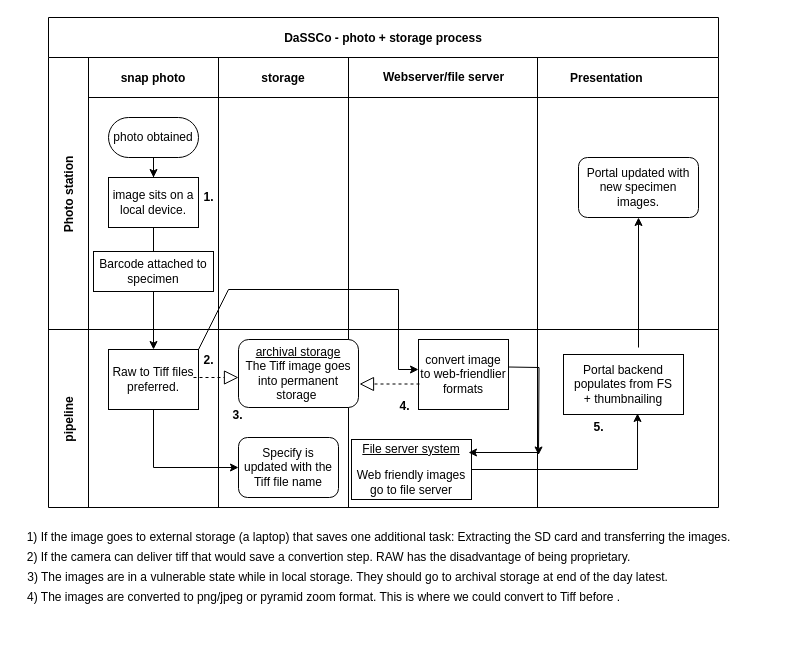
The draw.io diagram photo_storageCR_Diagram.drawio in jlegind/DMP_charts, before the edit. Source tidied: cells renumbered, new cells numbered last; positions are measured from the earlier drawing's top-left corner, leaving out a move shared by most shapes. Both pictures are drawn from the tidied source at 100%, with x=0, y=0 at pixel (17, 17).
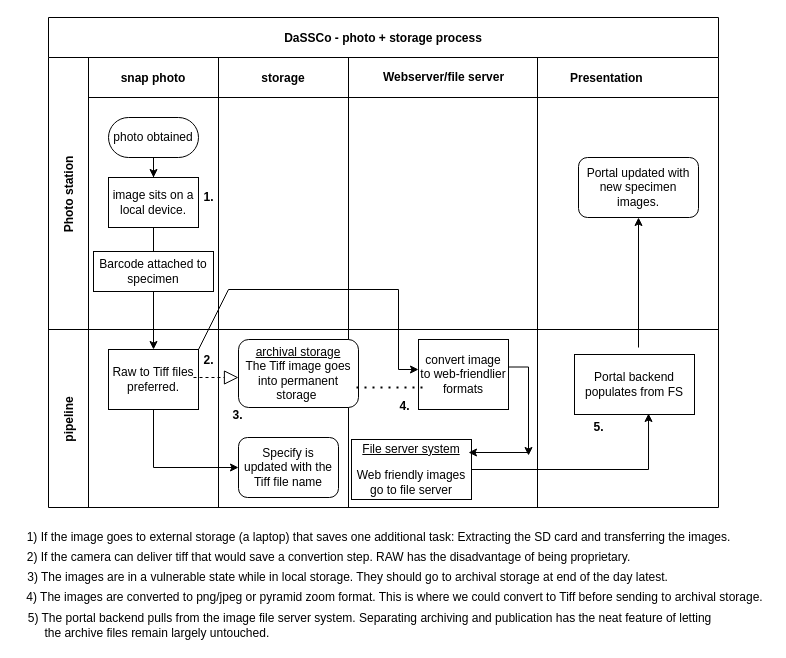
After the change.

Unchanged cells that the change refers to:
```xml
<mxCell id="18" style="swimlane;swimlaneHead=0;swimlaneBody=0;fillColor=none;startSize=0;fontStyle=1;" parent="15" vertex="1">
  <mxGeometry x="170" width="130" height="178" as="geometry" />
</mxCell>
<mxCell id="28" style="swimlane;swimlaneHead=0;swimlaneBody=0;fillColor=none;startSize=0;fontStyle=1;" parent="15" vertex="1">
  <mxGeometry x="300" width="370" height="178" as="geometry" />
</mxCell>
```

Diff of the diagram source:
```diff
@@
     <mxCell id="21" style="endArrow=classic;html=1;rounded=0;" parent="18" edge="1">
       <mxGeometry relative="1" as="geometry">
-        <mxPoint x="320" y="123" as="sourcePoint" />
+        <mxPoint x="310" y="123" as="sourcePoint" />
         <mxPoint x="250" y="123" as="targetPoint" />
       </mxGeometry>
     </mxCell>
     <mxCell id="22" style="edgeStyle=orthogonalEdgeStyle;rounded=0;orthogonalLoop=1;jettySize=auto;html=1;" parent="18" edge="1">
       <mxGeometry relative="1" as="geometry">
         <mxPoint x="290" y="37.5" as="sourcePoint" />
-        <mxPoint x="320" y="125.5" as="targetPoint" />
+        <mxPoint x="310" y="126" as="targetPoint" />
+        <Array as="points">
+          <mxPoint x="310" y="38" />
+          <mxPoint x="310" y="126" />
+        </Array>
       </mxGeometry>
     </mxCell>
@@
-    <mxCell id="29" value="Portal backend populates from FS&lt;br&gt;+ thumbnailing" style="rounded=0;whiteSpace=wrap;html=1;" parent="28" vertex="1">
-      <mxGeometry x="215" y="25" width="120" height="60" as="geometry" />
+    <mxCell id="29" value="Portal backend populates from FS" style="rounded=0;whiteSpace=wrap;html=1;" parent="28" vertex="1">
+      <mxGeometry x="226" y="25" width="120" height="60" as="geometry" />
     </mxCell>
@@
-    <mxCell id="31" style="endArrow=block;dashed=1;endFill=0;endSize=12;html=1;rounded=0;" parent="28" edge="1">
-      <mxGeometry relative="1" as="geometry">
-        <mxPoint x="71" y="54.5" as="sourcePoint" />
-        <mxPoint x="11" y="54.5" as="targetPoint" />
-      </mxGeometry>
-    </mxCell>
@@
-    <mxCell id="39" value="4) The images are converted to png/jpeg or pyramid zoom format. This is where we could convert to Tiff before ." style="text;html=1;align=center;verticalAlign=middle;strokeColor=none;fillColor=none;" parent="1" vertex="1">
-      <mxGeometry x="1" y="570" width="610" height="20" as="geometry" />
+    <mxCell id="39" value="4) The images are converted to png/jpeg or pyramid zoom format. This is where we could convert to Tiff before sending to archival storage." style="text;html=1;align=center;verticalAlign=middle;strokeColor=none;fillColor=none;" parent="1" vertex="1">
+      <mxGeometry x="2" y="570" width="750" height="20" as="geometry" />
     </mxCell>
@@
+    <mxCell id="42" style="endArrow=none;dashed=1;html=1;dashPattern=1 3;strokeWidth=2;rounded=0;exitX=0.917;exitY=0.706;exitDx=0;exitDy=0;exitPerimeter=0;" parent="1" edge="1">
+      <mxGeometry relative="1" as="geometry">
+        <mxPoint x="339" y="370" as="sourcePoint" />
+        <mxPoint x="409" y="370" as="targetPoint" />
+      </mxGeometry>
+    </mxCell>
+    <mxCell id="43" value="5) The portal backend pulls from the image file server system. Separating archiving and publication has the neat feature of letting &lt;br&gt;&lt;div style=&quot;text-align: left;&quot;&gt;&lt;span style=&quot;background-color: initial;&quot;&gt;&amp;nbsp; &amp;nbsp; &amp;nbsp;the archive files remain largely untouched.&amp;nbsp;&lt;/span&gt;&lt;/div&gt;" style="text;html=1;align=center;verticalAlign=middle;strokeColor=none;fillColor=none;" parent="1" vertex="1">
+      <mxGeometry x="2" y="593" width="700" height="30" as="geometry" />
+    </mxCell>
```
